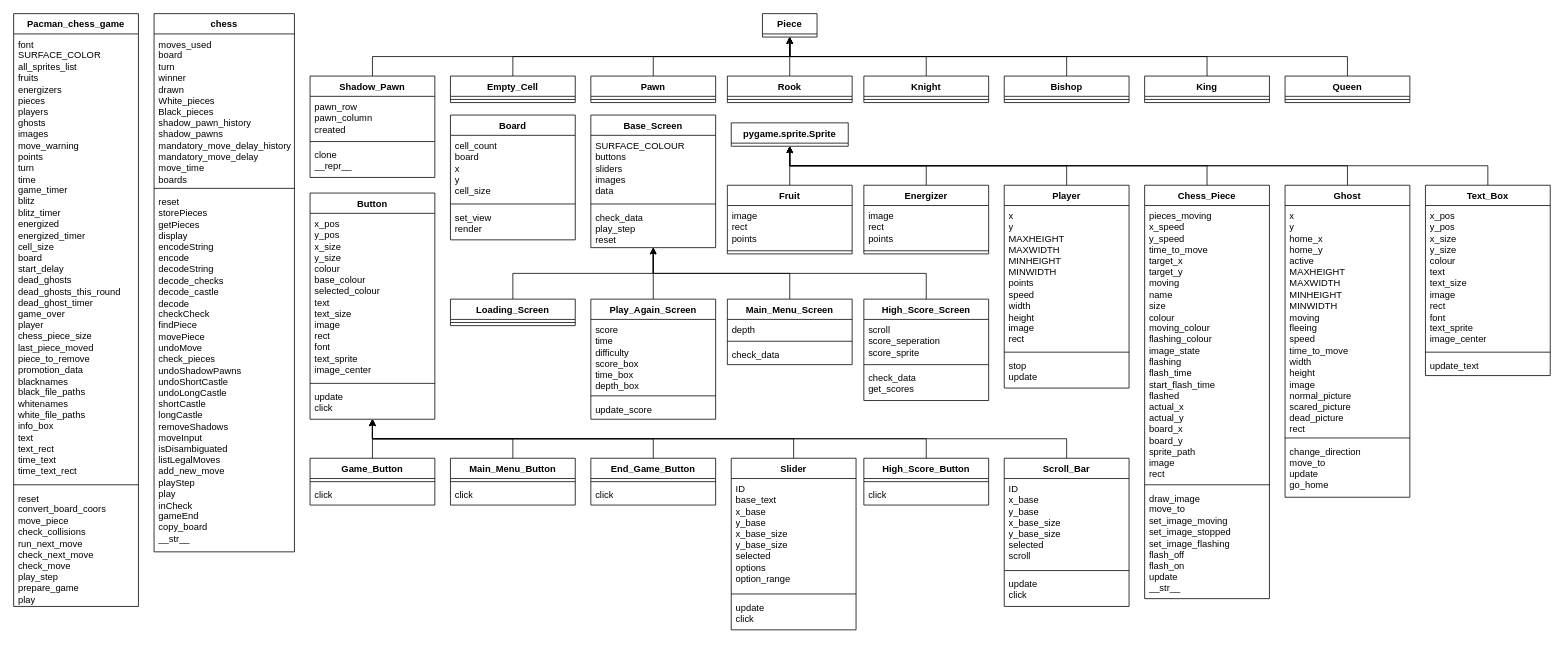
daniel473473/chess_NEA_current keeps this draw.io diagram as NEA_UML_With_Data_Shown.drawio. Above is the earlier version. Source tidied: cells renumbered, new cells numbered last; positions are measured from the earlier drawing's top-left corner, leaving out a move shared by most shapes. Both pictures are drawn from the tidied source at 78%, with x=0, y=0 at pixel (13, 13).
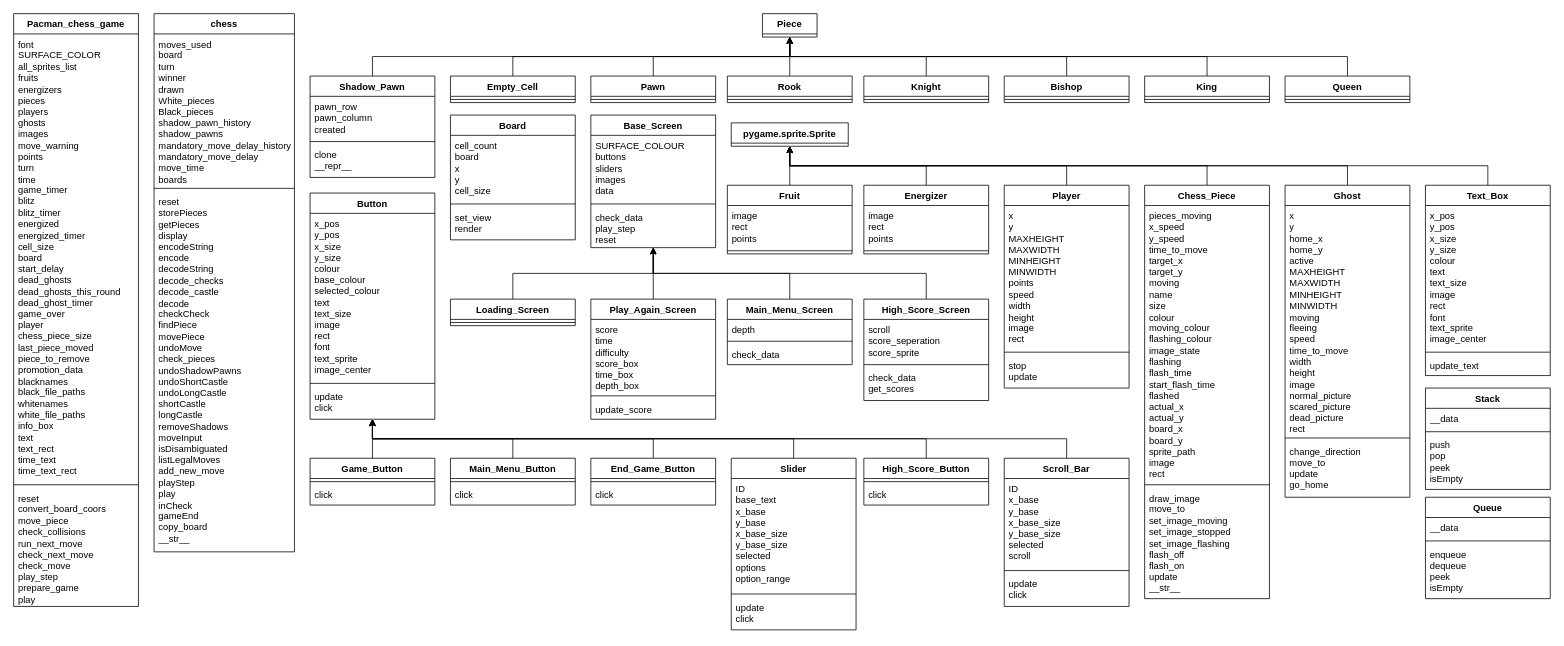
Above is the later version.

The edit, as a diff of the source:
```diff
@@
+    <mxCell id="122" value="Stack" style="swimlane;fontStyle=1;align=center;verticalAlign=top;horizontal=1;startSize=26;whiteSpace=wrap;html=1;" parent="1" vertex="1">
+      <mxGeometry x="1810" y="480" width="160" height="130" as="geometry" />
+    </mxCell>
+    <mxCell id="123" value="__data" style="text;strokeColor=none;fillColor=none;align=left;verticalAlign=top;spacingLeft=4;spacingRight=4;overflow=hidden;whiteSpace=wrap;html=1;" parent="122" vertex="1">
+      <mxGeometry y="26" width="160" height="26" as="geometry" />
+    </mxCell>
+    <mxCell id="124" style="line;strokeWidth=1;fillColor=none;align=left;verticalAlign=middle;spacingTop=-1;spacingLeft=3;spacingRight=3;labelPosition=right;strokeColor=inherit;" parent="122" vertex="1">
+      <mxGeometry y="52" width="160" height="8" as="geometry" />
+    </mxCell>
+    <mxCell id="125" value="push&lt;div&gt;pop&lt;/div&gt;&lt;div&gt;peek&lt;/div&gt;&lt;div&gt;isEmpty&lt;/div&gt;" style="text;strokeColor=none;fillColor=none;align=left;verticalAlign=top;spacingLeft=4;spacingRight=4;overflow=hidden;whiteSpace=wrap;html=1;" parent="122" vertex="1">
+      <mxGeometry y="60" width="160" height="70" as="geometry" />
+    </mxCell>
+    <mxCell id="126" value="Queue" style="swimlane;fontStyle=1;align=center;verticalAlign=top;horizontal=1;startSize=26;whiteSpace=wrap;html=1;" parent="1" vertex="1">
+      <mxGeometry x="1810" y="620" width="160" height="130" as="geometry" />
+    </mxCell>
+    <mxCell id="127" value="__data" style="text;strokeColor=none;fillColor=none;align=left;verticalAlign=top;spacingLeft=4;spacingRight=4;overflow=hidden;whiteSpace=wrap;html=1;" parent="126" vertex="1">
+      <mxGeometry y="26" width="160" height="26" as="geometry" />
+    </mxCell>
+    <mxCell id="128" style="line;strokeWidth=1;fillColor=none;align=left;verticalAlign=middle;spacingTop=-1;spacingLeft=3;spacingRight=3;labelPosition=right;strokeColor=inherit;" parent="126" vertex="1">
+      <mxGeometry y="52" width="160" height="8" as="geometry" />
+    </mxCell>
+    <mxCell id="129" value="enqueue&lt;div&gt;dequeue&lt;/div&gt;&lt;div&gt;peek&lt;/div&gt;&lt;div&gt;isEmpty&lt;/div&gt;" style="text;strokeColor=none;fillColor=none;align=left;verticalAlign=top;spacingLeft=4;spacingRight=4;overflow=hidden;whiteSpace=wrap;html=1;" parent="126" vertex="1">
+      <mxGeometry y="60" width="160" height="70" as="geometry" />
+    </mxCell>
```
